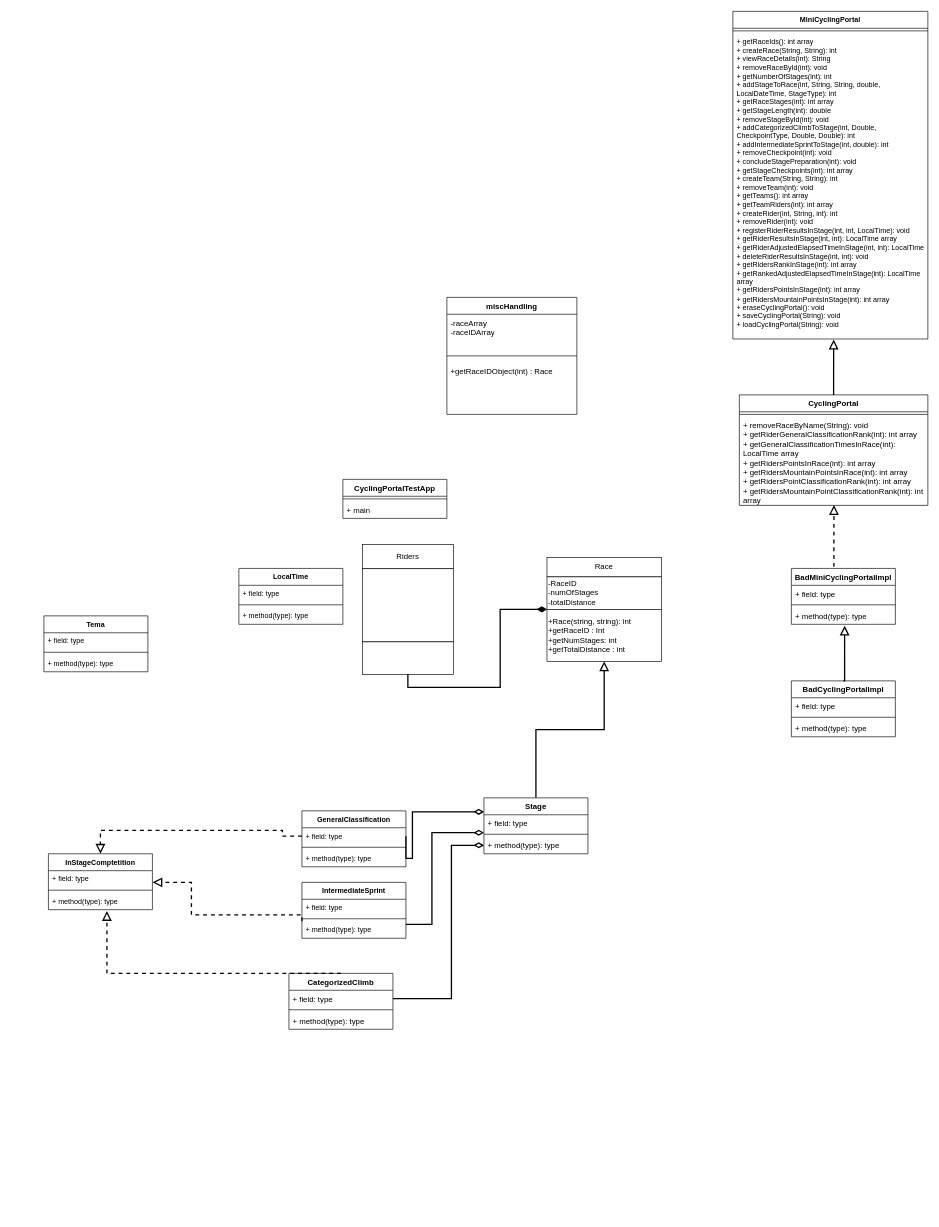
Above: OOPCyclingUML.drawio in Negativity7477/Bike-Racing (draw.io), before the change. Source tidied: cells renumbered, new cells numbered last; positions are measured from the earlier drawing's top-left corner, leaving out a move shared by most shapes. Both pictures are drawn from the tidied source at 65%, with x=0, y=0 at pixel (44, 11).
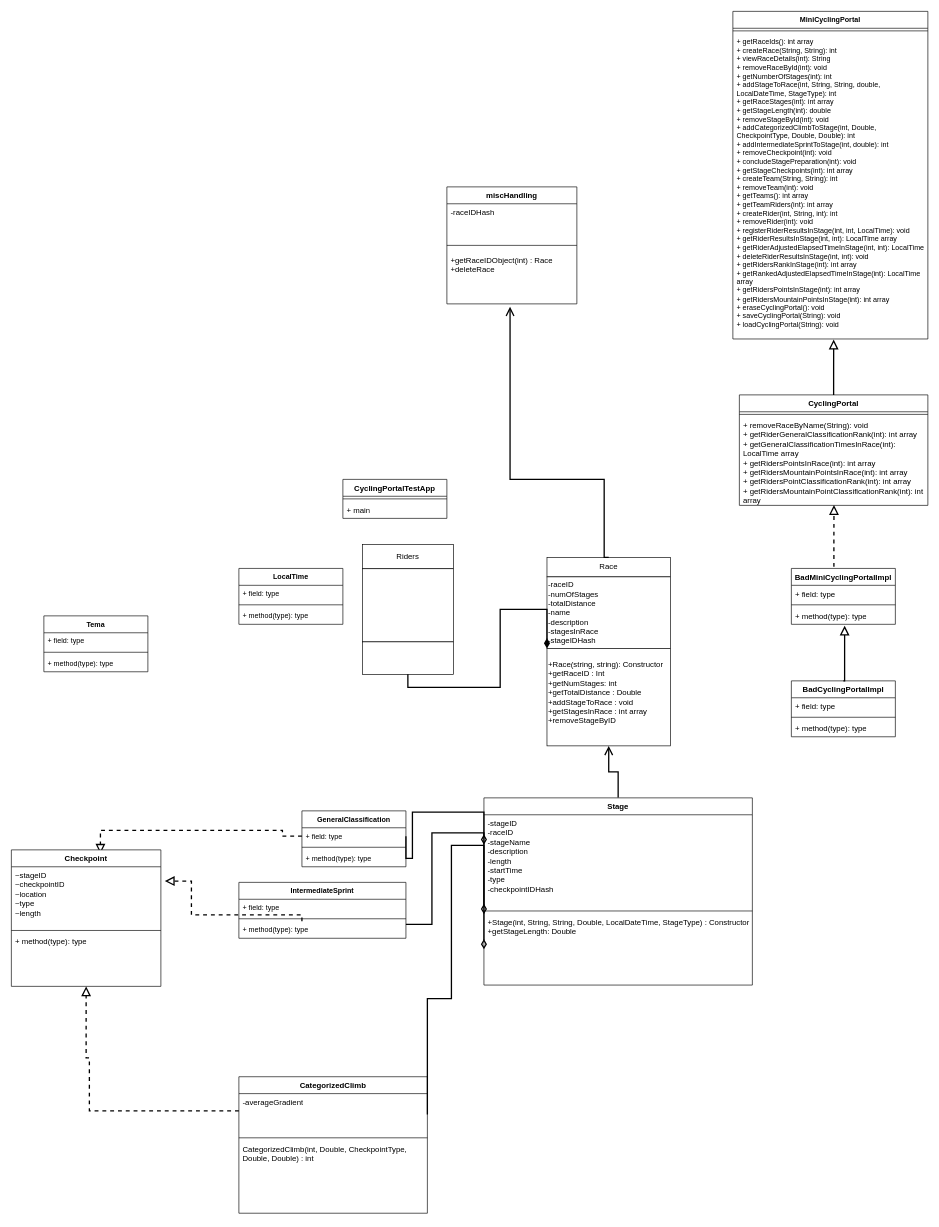
The same diagram, later.

Unchanged cells that the change refers to:
```xml
<mxCell id="55" value="+ field: type" style="text;strokeColor=none;fillColor=none;align=left;verticalAlign=top;spacingLeft=4;spacingRight=4;overflow=hidden;points=[[0,0.5],[1,0.5]];portConstraint=eastwest;whiteSpace=wrap;html=1;fontFamily=Helvetica;fontSize=11;fontColor=default;labelBackgroundColor=default;" parent="54" vertex="1">
  <mxGeometry y="26" width="160" height="26" as="geometry" />
</mxCell>
```

Change to the diagram source:
```diff
@@
     <mxCell id="9" style="group;" parent="1" vertex="1">
-      <mxGeometry x="774" y="840" width="176" height="160" as="geometry" />
+      <mxGeometry x="774" y="840" width="190" height="290" as="geometry" />
     </mxCell>
     <mxCell id="10" value="Race" style="rounded=0;whiteSpace=wrap;html=1;" parent="9" vertex="1">
-      <mxGeometry width="176" height="30" as="geometry" />
+      <mxGeometry width="190" height="30" as="geometry" />
     </mxCell>
-    <mxCell id="11" value="-RaceID&lt;div&gt;-numOfStages&lt;/div&gt;&lt;div&gt;-totalDistance&lt;br&gt;&lt;/div&gt;" style="rounded=0;whiteSpace=wrap;html=1;align=left;" parent="9" vertex="1">
-      <mxGeometry y="30" width="176" height="50" as="geometry" />
+    <mxCell id="11" value="-raceID&lt;div&gt;-numOfStages&lt;/div&gt;&lt;div&gt;-totalDistance&lt;br&gt;&lt;/div&gt;&lt;div&gt;-name&lt;/div&gt;&lt;div&gt;-description&lt;br&gt;&lt;/div&gt;&lt;div&gt;-stagesInRace&lt;br&gt;&lt;/div&gt;&lt;div&gt;-stageIDHash&lt;br&gt;&lt;/div&gt;" style="rounded=0;whiteSpace=wrap;html=1;align=left;" parent="9" vertex="1">
+      <mxGeometry y="30" width="190" height="110" as="geometry" />
     </mxCell>
-    <mxCell id="12" value="+Race(string, string): int&lt;br&gt;&lt;div align=&quot;left&quot;&gt;+getRaceID : Int &lt;br&gt;&lt;/div&gt;&lt;div align=&quot;left&quot;&gt;+getNumStages: int&lt;/div&gt;&lt;div align=&quot;left&quot;&gt;+getTotalDistance : int&lt;br&gt;&lt;/div&gt;" style="rounded=0;whiteSpace=wrap;html=1;align=left;" parent="9" vertex="1">
-      <mxGeometry y="80" width="176" height="80" as="geometry" />
+    <mxCell id="12" value="+Race(string, string): Constructor&lt;br&gt;&lt;div align=&quot;left&quot;&gt;+getRaceID : Int &lt;br&gt;&lt;/div&gt;&lt;div align=&quot;left&quot;&gt;+getNumStages: int&lt;/div&gt;&lt;div align=&quot;left&quot;&gt;+getTotalDistance : Double&lt;br&gt;&lt;/div&gt;&lt;div&gt;+addStageToRace : void&lt;br&gt;&lt;/div&gt;&lt;div&gt;+getStagesInRace : int array&lt;/div&gt;&lt;div&gt;+removeStageByID&lt;br&gt;&lt;/div&gt;&lt;div&gt;&lt;br&gt;&lt;/div&gt;" style="rounded=0;whiteSpace=wrap;html=1;align=left;" parent="9" vertex="1">
+      <mxGeometry y="140" width="190" height="150" as="geometry" />
     </mxCell>
-    <mxCell id="13" style="endArrow=block;html=1;rounded=0;exitX=0.5;exitY=0;exitDx=0;exitDy=0;entryX=0.5;entryY=1;entryDx=0;entryDy=0;endFill=0;strokeWidth=2;endSize=10;startSize=10;edgeStyle=orthogonalEdgeStyle;" parent="1" edge="1" source="26" target="12">
+    <mxCell id="13" style="endArrow=open;html=1;rounded=0;exitX=0.5;exitY=0;exitDx=0;exitDy=0;entryX=0.5;entryY=1;entryDx=0;entryDy=0;endFill=0;strokeWidth=2;endSize=10;startSize=10;edgeStyle=orthogonalEdgeStyle;" parent="1" edge="1" source="26" target="12">
       <mxGeometry relative="1" as="geometry" />
     </mxCell>
@@
     <mxCell id="26" value="Stage" style="swimlane;fontStyle=1;align=center;verticalAlign=top;horizontal=1;startSize=26;whiteSpace=wrap;html=1;" parent="1" vertex="1">
-      <mxGeometry x="677" y="1210" width="160" height="86" as="geometry" />
+      <mxGeometry x="677" y="1210" width="413" height="288" as="geometry" />
     </mxCell>
-    <mxCell id="27" value="+ field: type" style="text;strokeColor=none;fillColor=none;align=left;verticalAlign=top;spacingLeft=4;spacingRight=4;overflow=hidden;points=[[0,0.5],[1,0.5]];portConstraint=eastwest;whiteSpace=wrap;html=1;" parent="26" vertex="1">
-      <mxGeometry y="26" width="160" height="26" as="geometry" />
+    <mxCell id="27" value="&lt;div&gt;-stageID&lt;/div&gt;&lt;div&gt;-raceID&lt;/div&gt;&lt;div&gt;-stageName&lt;/div&gt;&lt;div&gt;-description&lt;/div&gt;&lt;div&gt;-length&lt;/div&gt;&lt;div&gt;-startTime&lt;/div&gt;&lt;div&gt;-type&lt;/div&gt;&lt;div&gt;-checkpointIDHash&lt;/div&gt;&lt;div&gt;&lt;br&gt;&lt;/div&gt;&lt;div&gt;&lt;br&gt;&lt;/div&gt;" style="text;strokeColor=none;fillColor=none;align=left;verticalAlign=top;spacingLeft=4;spacingRight=4;overflow=hidden;points=[[0,0.5],[1,0.5]];portConstraint=eastwest;whiteSpace=wrap;html=1;" parent="26" vertex="1">
+      <mxGeometry y="26" width="413" height="144" as="geometry" />
     </mxCell>
     <mxCell id="28" style="line;strokeWidth=1;fillColor=none;align=left;verticalAlign=middle;spacingTop=-1;spacingLeft=3;spacingRight=3;labelPosition=right;strokeColor=inherit;" parent="26" vertex="1">
-      <mxGeometry y="52" width="160" height="8" as="geometry" />
+      <mxGeometry y="170" width="413" height="8" as="geometry" />
     </mxCell>
-    <mxCell id="29" value="+ method(type): type" style="text;strokeColor=none;fillColor=none;align=left;verticalAlign=top;spacingLeft=4;spacingRight=4;overflow=hidden;points=[[0,0.5],[1,0.5]];portConstraint=eastwest;whiteSpace=wrap;html=1;" parent="26" vertex="1">
-      <mxGeometry y="60" width="160" height="26" as="geometry" />
+    <mxCell id="29" value="&lt;div&gt;+Stage(int, String, String, Double, LocalDateTime, StageType) : Constructor&lt;/div&gt;&lt;div&gt;+getStageLength: Double&lt;br&gt;&lt;/div&gt;" style="text;strokeColor=none;fillColor=none;align=left;verticalAlign=top;spacingLeft=4;spacingRight=4;overflow=hidden;points=[[0,0.5],[1,0.5]];portConstraint=eastwest;whiteSpace=wrap;html=1;" parent="26" vertex="1">
+      <mxGeometry y="178" width="413" height="110" as="geometry" />
     </mxCell>
     <mxCell id="30" value="CategorizedClimb" style="swimlane;fontStyle=1;align=center;verticalAlign=top;horizontal=1;startSize=26;whiteSpace=wrap;html=1;" parent="1" vertex="1">
-      <mxGeometry x="377" y="1480" width="160" height="86" as="geometry" />
+      <mxGeometry x="300" y="1639" width="290" height="210" as="geometry" />
     </mxCell>
-    <mxCell id="31" value="+ field: type" style="text;strokeColor=none;fillColor=none;align=left;verticalAlign=top;spacingLeft=4;spacingRight=4;overflow=hidden;points=[[0,0.5],[1,0.5]];portConstraint=eastwest;whiteSpace=wrap;html=1;" parent="30" vertex="1">
-      <mxGeometry y="26" width="160" height="26" as="geometry" />
+    <mxCell id="31" value="&lt;div&gt;-averageGradient&lt;/div&gt;&lt;div&gt;&lt;br&gt;&lt;/div&gt;" style="text;strokeColor=none;fillColor=none;align=left;verticalAlign=top;spacingLeft=4;spacingRight=4;overflow=hidden;points=[[0,0.5],[1,0.5]];portConstraint=eastwest;whiteSpace=wrap;html=1;" parent="30" vertex="1">
+      <mxGeometry y="26" width="290" height="64" as="geometry" />
     </mxCell>
     <mxCell id="32" style="line;strokeWidth=1;fillColor=none;align=left;verticalAlign=middle;spacingTop=-1;spacingLeft=3;spacingRight=3;labelPosition=right;strokeColor=inherit;" parent="30" vertex="1">
-      <mxGeometry y="52" width="160" height="8" as="geometry" />
+      <mxGeometry y="90" width="290" height="8" as="geometry" />
     </mxCell>
-    <mxCell id="33" value="+ method(type): type" style="text;strokeColor=none;fillColor=none;align=left;verticalAlign=top;spacingLeft=4;spacingRight=4;overflow=hidden;whiteSpace=wrap;html=1;" parent="30" vertex="1">
-      <mxGeometry y="60" width="160" height="26" as="geometry" />
+    <mxCell id="33" value="CategorizedClimb(int, Double, CheckpointType, Double, Double) : int" style="text;strokeColor=none;fillColor=none;align=left;verticalAlign=top;spacingLeft=4;spacingRight=4;overflow=hidden;whiteSpace=wrap;html=1;" parent="30" vertex="1">
+      <mxGeometry y="98" width="290" height="112" as="geometry" />
     </mxCell>
@@
-    <mxCell id="35" value="InStageComptetition" style="swimlane;fontStyle=1;align=center;verticalAlign=top;horizontal=1;startSize=26;whiteSpace=wrap;html=1;fontFamily=Helvetica;fontSize=11;fontColor=default;labelBackgroundColor=default;" parent="1" vertex="1">
-      <mxGeometry x="7" y="1296" width="160" height="86" as="geometry" />
-    </mxCell>
-    <mxCell id="36" value="+ field: type" style="text;strokeColor=none;fillColor=none;align=left;verticalAlign=top;spacingLeft=4;spacingRight=4;overflow=hidden;whiteSpace=wrap;html=1;fontFamily=Helvetica;fontSize=11;fontColor=default;labelBackgroundColor=default;" parent="35" vertex="1">
-      <mxGeometry y="26" width="160" height="26" as="geometry" />
-    </mxCell>
-    <mxCell id="37" style="line;strokeWidth=1;fillColor=none;align=left;verticalAlign=middle;spacingTop=-1;spacingLeft=3;spacingRight=3;labelPosition=right;strokeColor=inherit;fontFamily=Helvetica;fontSize=11;fontColor=default;labelBackgroundColor=default;" parent="35" vertex="1">
-      <mxGeometry y="52" width="160" height="8" as="geometry" />
-    </mxCell>
-    <mxCell id="38" value="+ method(type): type" style="text;strokeColor=none;fillColor=none;align=left;verticalAlign=top;spacingLeft=4;spacingRight=4;overflow=hidden;points=[[0,0.5],[1,0.5]];portConstraint=eastwest;whiteSpace=wrap;html=1;fontFamily=Helvetica;fontSize=11;fontColor=default;labelBackgroundColor=default;" parent="35" vertex="1">
-      <mxGeometry y="60" width="160" height="26" as="geometry" />
-    </mxCell>
-    <mxCell id="39" style="edgeStyle=orthogonalEdgeStyle;rounded=0;jettySize=auto;html=1;exitX=0.5;exitY=0;exitDx=0;exitDy=0;strokeColor=default;strokeWidth=2;align=center;verticalAlign=middle;fontFamily=Helvetica;fontSize=11;fontColor=default;labelBackgroundColor=default;startSize=10;endArrow=block;endFill=0;endSize=10;dashed=1;" parent="1" edge="1" source="30">
+    <mxCell id="39" style="edgeStyle=orthogonalEdgeStyle;rounded=0;jettySize=auto;html=1;exitX=0;exitY=0.25;exitDx=0;exitDy=0;strokeColor=default;strokeWidth=2;align=center;verticalAlign=middle;fontFamily=Helvetica;fontSize=11;fontColor=default;labelBackgroundColor=default;startSize=10;endArrow=block;endFill=0;endSize=10;dashed=1;" parent="1" edge="1" source="30" target="38">
       <mxGeometry relative="1" as="geometry">
-        <mxPoint x="97" y="1384" as="targetPoint" />
         <Array as="points">
-          <mxPoint x="97" y="1480" />
+          <mxPoint x="70" y="1692" />
+          <mxPoint x="70" y="1610" />
+          <mxPoint x="65" y="1610" />
         </Array>
       </mxGeometry>
     </mxCell>
     <mxCell id="40" value="IntermediateSprint" style="swimlane;fontStyle=1;align=center;verticalAlign=top;horizontal=1;startSize=26;whiteSpace=wrap;html=1;fontFamily=Helvetica;fontSize=11;fontColor=default;labelBackgroundColor=default;" parent="1" vertex="1">
-      <mxGeometry x="397" y="1340" width="160" height="86" as="geometry" />
+      <mxGeometry x="300" y="1340" width="257" height="86" as="geometry" />
     </mxCell>
     <mxCell id="41" value="+ field: type" style="text;strokeColor=none;fillColor=none;align=left;verticalAlign=top;spacingLeft=4;spacingRight=4;overflow=hidden;whiteSpace=wrap;html=1;fontFamily=Helvetica;fontSize=11;fontColor=default;labelBackgroundColor=default;" parent="40" vertex="1">
-      <mxGeometry y="26" width="160" height="26" as="geometry" />
+      <mxGeometry y="26" width="257" height="26" as="geometry" />
     </mxCell>
     <mxCell id="42" style="line;strokeWidth=1;fillColor=none;align=left;verticalAlign=middle;spacingTop=-1;spacingLeft=3;spacingRight=3;labelPosition=right;strokeColor=inherit;fontFamily=Helvetica;fontSize=11;fontColor=default;labelBackgroundColor=default;" parent="40" vertex="1">
-      <mxGeometry y="52" width="160" height="8" as="geometry" />
+      <mxGeometry y="52" width="257" height="8" as="geometry" />
     </mxCell>
     <mxCell id="43" value="+ method(type): type" style="text;strokeColor=none;fillColor=none;align=left;verticalAlign=top;spacingLeft=4;spacingRight=4;overflow=hidden;whiteSpace=wrap;html=1;fontFamily=Helvetica;fontSize=11;fontColor=default;labelBackgroundColor=default;" parent="40" vertex="1">
-      <mxGeometry y="60" width="160" height="26" as="geometry" />
+      <mxGeometry y="60" width="257" height="26" as="geometry" />
     </mxCell>
-    <mxCell id="44" style="edgeStyle=orthogonalEdgeStyle;rounded=0;orthogonalLoop=1;jettySize=auto;html=1;strokeColor=default;strokeWidth=2;align=center;verticalAlign=middle;fontFamily=Helvetica;fontSize=11;fontColor=default;labelBackgroundColor=default;startSize=10;endArrow=block;endFill=0;endSize=10;dashed=1;" parent="1" edge="1">
+    <mxCell id="44" style="edgeStyle=orthogonalEdgeStyle;rounded=0;jettySize=auto;html=1;strokeColor=default;strokeWidth=2;align=center;verticalAlign=middle;fontFamily=Helvetica;fontSize=11;fontColor=default;labelBackgroundColor=default;startSize=10;endArrow=block;endFill=0;endSize=10;dashed=1;entryX=1.026;entryY=0.234;entryDx=0;entryDy=0;entryPerimeter=0;" parent="1" edge="1" target="72">
       <mxGeometry relative="1" as="geometry">
         <mxPoint x="397" y="1400" as="sourcePoint" />
-        <mxPoint x="167" y="1340" as="targetPoint" />
         <Array as="points">
-          <mxPoint x="397" y="1400" />
           <mxPoint x="397" y="1390" />
           <mxPoint x="227" y="1390" />
-          <mxPoint x="227" y="1340" />
+          <mxPoint x="227" y="1338" />
         </Array>
       </mxGeometry>
     </mxCell>
@@
-    <mxCell id="59" style="edgeStyle=orthogonalEdgeStyle;rounded=0;jettySize=auto;html=1;entryX=0.5;entryY=0;entryDx=0;entryDy=0;strokeColor=default;strokeWidth=2;align=center;verticalAlign=middle;fontFamily=Helvetica;fontSize=11;fontColor=default;labelBackgroundColor=default;startSize=10;endArrow=block;endFill=0;endSize=10;dashed=1;exitX=0;exitY=0.5;exitDx=0;exitDy=0;" parent="1" edge="1" source="55" target="35">
+    <mxCell id="59" style="edgeStyle=orthogonalEdgeStyle;rounded=0;jettySize=auto;html=1;entryX=0.5;entryY=0;entryDx=0;entryDy=0;strokeColor=default;strokeWidth=2;align=center;verticalAlign=middle;fontFamily=Helvetica;fontSize=11;fontColor=default;labelBackgroundColor=default;startSize=10;endArrow=block;endFill=0;endSize=10;dashed=1;exitX=0;exitY=0.5;exitDx=0;exitDy=0;" parent="1" edge="1" source="55">
       <mxGeometry relative="1" as="geometry">
+        <mxPoint x="87" y="1296" as="targetPoint" />
         <Array as="points">
           <mxPoint x="367" y="1269" />
           <mxPoint x="367" y="1260" />
           <mxPoint x="87" y="1260" />
         </Array>
       </mxGeometry>
     </mxCell>
@@
     <mxCell id="66" value="miscHandling" style="swimlane;fontStyle=1;align=center;verticalAlign=top;horizontal=1;startSize=26;whiteSpace=wrap;html=1;" parent="1" vertex="1">
-      <mxGeometry x="620" y="440" width="200" height="180" as="geometry" />
+      <mxGeometry x="620" y="270" width="200" height="180" as="geometry" />
     </mxCell>
-    <mxCell id="67" value="-raceArray&lt;br&gt;-raceIDArray" style="text;strokeColor=none;fillColor=none;align=left;verticalAlign=top;spacingLeft=4;spacingRight=4;overflow=hidden;whiteSpace=wrap;html=1;" parent="66" vertex="1">
+    <mxCell id="67" value="-raceIDHash" style="text;strokeColor=none;fillColor=none;align=left;verticalAlign=top;spacingLeft=4;spacingRight=4;overflow=hidden;whiteSpace=wrap;html=1;" parent="66" vertex="1">
       <mxGeometry y="26" width="200" height="54" as="geometry" />
     </mxCell>
@@
-    <mxCell id="69" value="+getRaceIDObject(int) : Race" style="text;strokeColor=none;fillColor=none;align=left;verticalAlign=top;spacingLeft=4;spacingRight=4;overflow=hidden;points=[[0,0.5],[1,0.5]];portConstraint=eastwest;whiteSpace=wrap;html=1;" parent="66" vertex="1">
+    <mxCell id="69" value="&lt;div&gt;+getRaceIDObject(int) : Race&lt;/div&gt;&lt;div&gt;+deleteRace&lt;br&gt;&lt;/div&gt;" style="text;strokeColor=none;fillColor=none;align=left;verticalAlign=top;spacingLeft=4;spacingRight=4;overflow=hidden;points=[[0,0.5],[1,0.5]];portConstraint=eastwest;whiteSpace=wrap;html=1;" parent="66" vertex="1">
       <mxGeometry y="100" width="200" height="80" as="geometry" />
     </mxCell>
+    <mxCell id="70" style="endArrow=open;html=1;rounded=0;entryX=0.486;entryY=1.054;entryDx=0;entryDy=0;endFill=0;strokeWidth=2;endSize=10;startSize=10;edgeStyle=orthogonalEdgeStyle;entryPerimeter=0;exitX=0.5;exitY=0;exitDx=0;exitDy=0;" parent="1" edge="1" source="10" target="69">
+      <mxGeometry relative="1" as="geometry">
+        <Array as="points">
+          <mxPoint x="862" y="720" />
+          <mxPoint x="717" y="720" />
+        </Array>
+      </mxGeometry>
+    </mxCell>
+    <mxCell id="71" value="Checkpoint" style="swimlane;fontStyle=1;align=center;verticalAlign=top;horizontal=1;startSize=26;whiteSpace=wrap;html=1;" parent="1" vertex="1">
+      <mxGeometry x="-50" y="1290" width="230" height="210" as="geometry" />
+    </mxCell>
+    <mxCell id="72" value="&lt;div&gt;~stageID&lt;/div&gt;&lt;div&gt;~checkpointID&lt;/div&gt;&lt;div&gt;~location&lt;/div&gt;&lt;div&gt;~type&lt;br&gt;&lt;/div&gt;&lt;div&gt;~length&lt;br&gt;&lt;/div&gt;" style="text;strokeColor=none;fillColor=none;align=left;verticalAlign=top;spacingLeft=4;spacingRight=4;overflow=hidden;points=[[0,0.5],[1,0.5]];portConstraint=eastwest;whiteSpace=wrap;html=1;" parent="71" vertex="1">
+      <mxGeometry y="26" width="230" height="94" as="geometry" />
+    </mxCell>
+    <mxCell id="73" style="line;strokeWidth=1;fillColor=none;align=left;verticalAlign=middle;spacingTop=-1;spacingLeft=3;spacingRight=3;labelPosition=right;strokeColor=inherit;" parent="71" vertex="1">
+      <mxGeometry y="120" width="230" height="8" as="geometry" />
+    </mxCell>
+    <mxCell id="38" value="+ method(type): type" style="text;strokeColor=none;fillColor=none;align=left;verticalAlign=top;spacingLeft=4;spacingRight=4;overflow=hidden;points=[[0,0.5],[1,0.5]];portConstraint=eastwest;whiteSpace=wrap;html=1;" parent="71" vertex="1">
+      <mxGeometry y="128" width="230" height="82" as="geometry" />
+    </mxCell>
```
